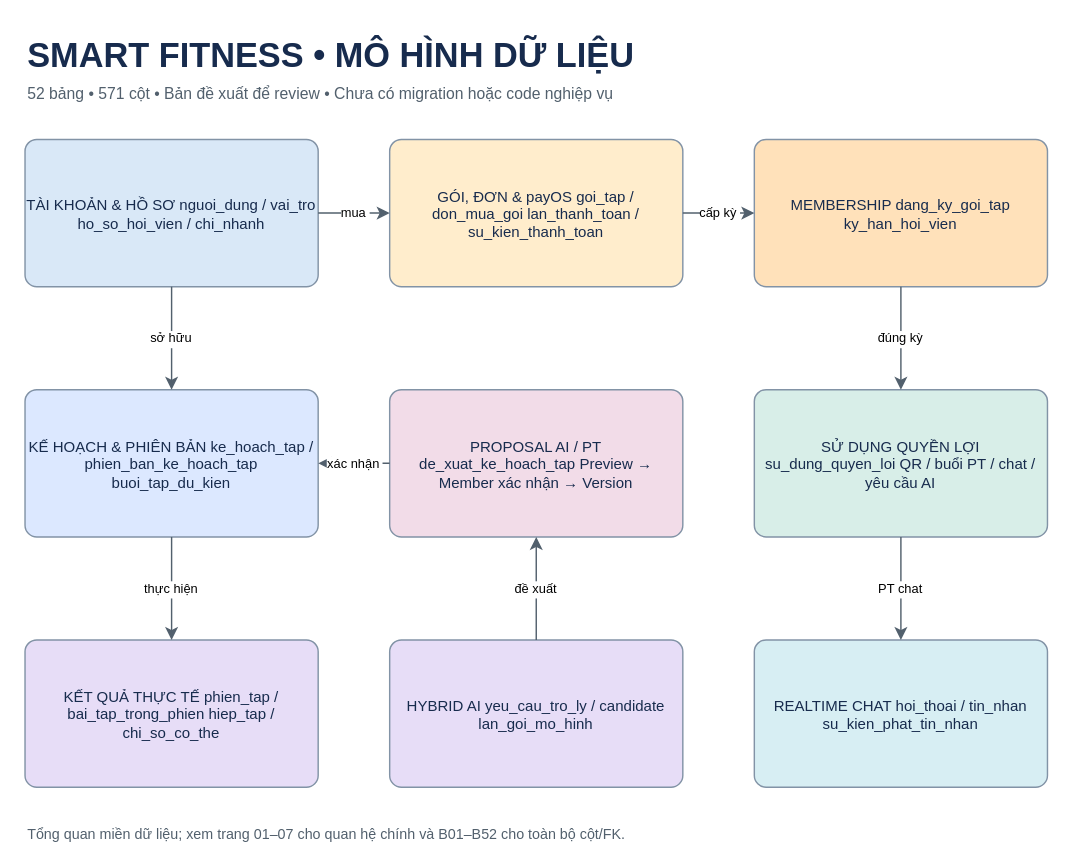
Tr0ond/Smart-Fitness-Platform keeps this draw.io diagram as page "00 Tong quan" (1 of 60) of docs/thiet_ke_co_so_du_lieu/smart_fitness_erd.drawio. Above is the earlier version. Source tidied: cells renumbered, new cells numbered last; positions are measured from the earlier drawing's top-left corner, leaving out a move shared by most shapes. Both pictures are drawn from the tidied source at 143%, with x=0, y=0 at pixel (24, 24).
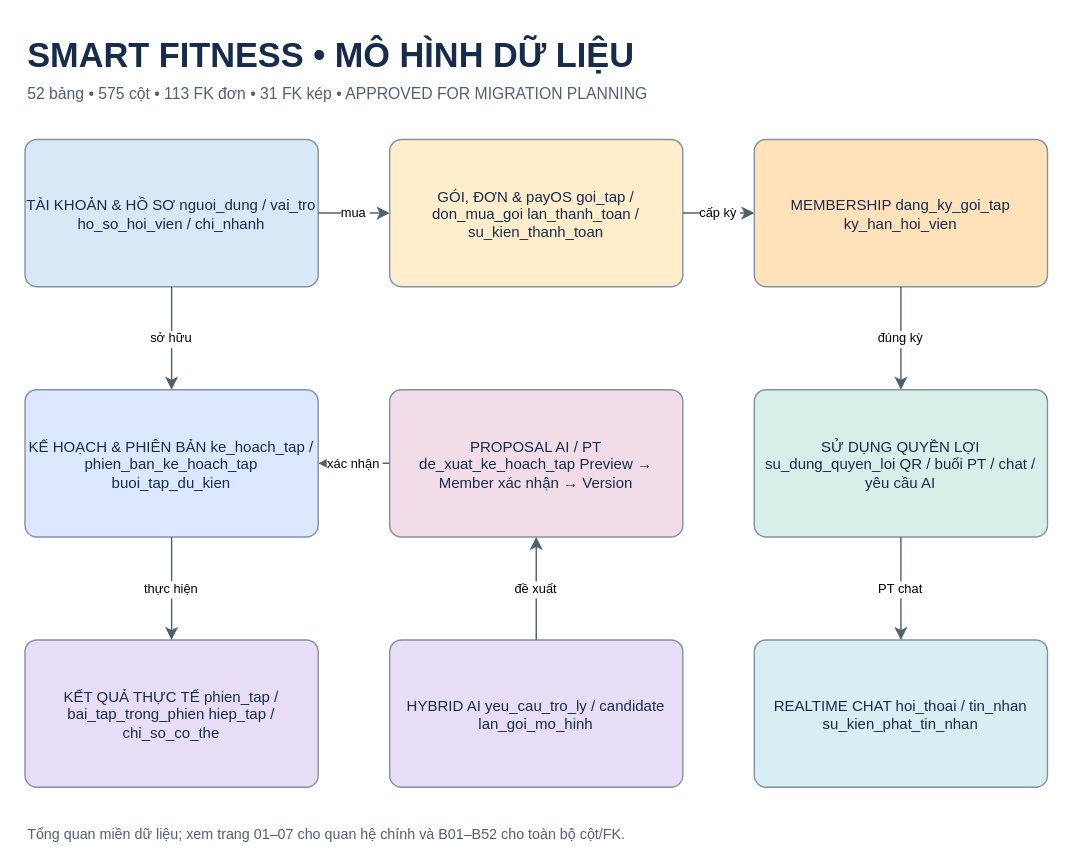
The same page after the edit.

The edit, as a diff of the source:
```diff
@@
-    <mxCell id="3" value="52 bảng • 571 cột • Bản đề xuất để review • Chưa có migration hoặc code nghiệp vụ" style="text;align=left;fontSize=11;fontColor=#52606d;" parent="1" vertex="1">
+    <mxCell id="3" value="52 bảng • 575 cột • 113 FK đơn • 31 FK kép • APPROVED FOR MIGRATION PLANNING" style="text;align=left;fontSize=11;fontColor=#52606d;" parent="1" vertex="1">
       <mxGeometry y="35" width="720" height="20" as="geometry" />
     </mxCell>
```
